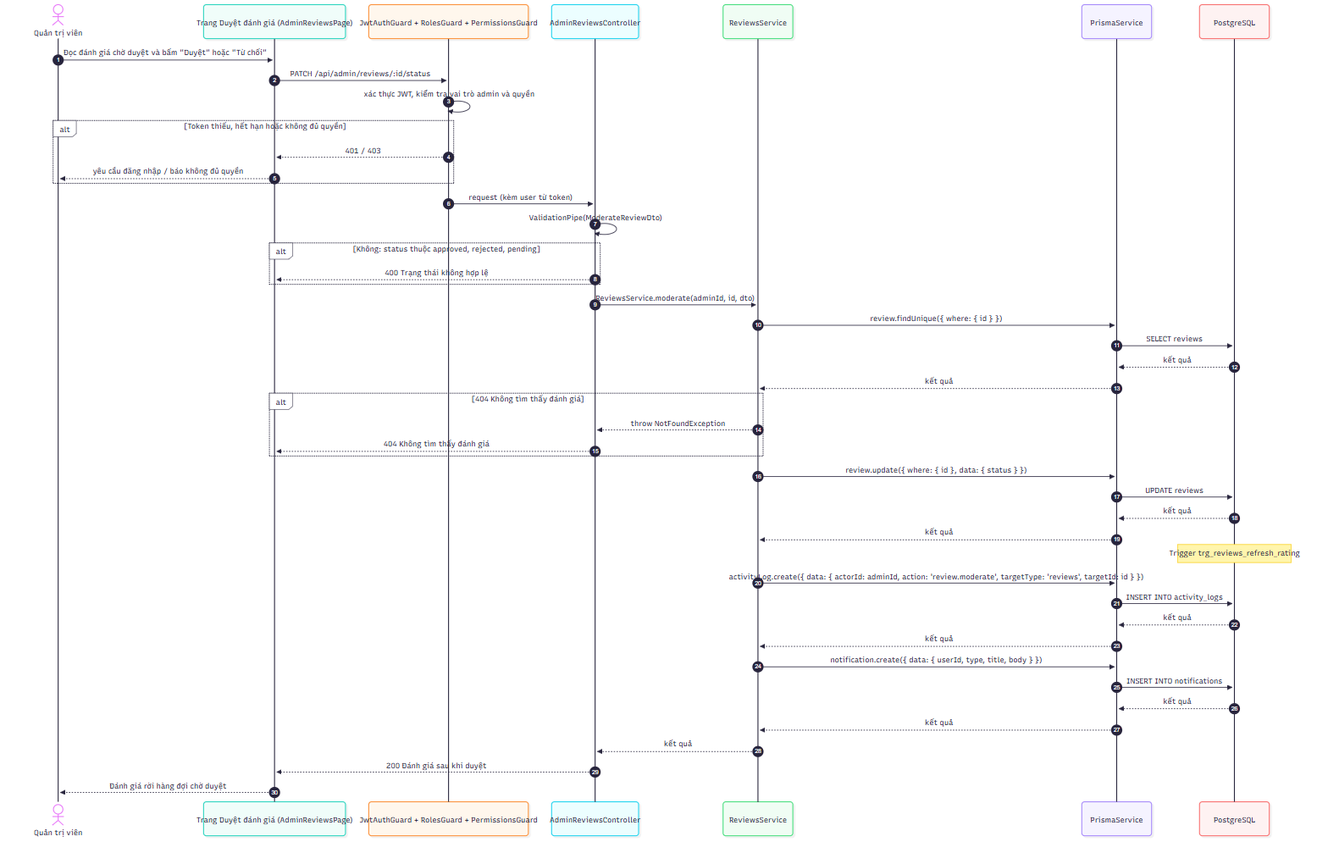
2431540234-arch/XDUDTMDT keeps this Mermaid diagram as docs/diagrams/png/sequence_UC-ADM-18_duyet-hoac-tu-choi-danh-gia.png. Above is the earlier version. Its source is kept beside it as docs/diagrams/src/sequence_UC-ADM-18_duyet-hoac-tu-choi-danh-gia.mmd.
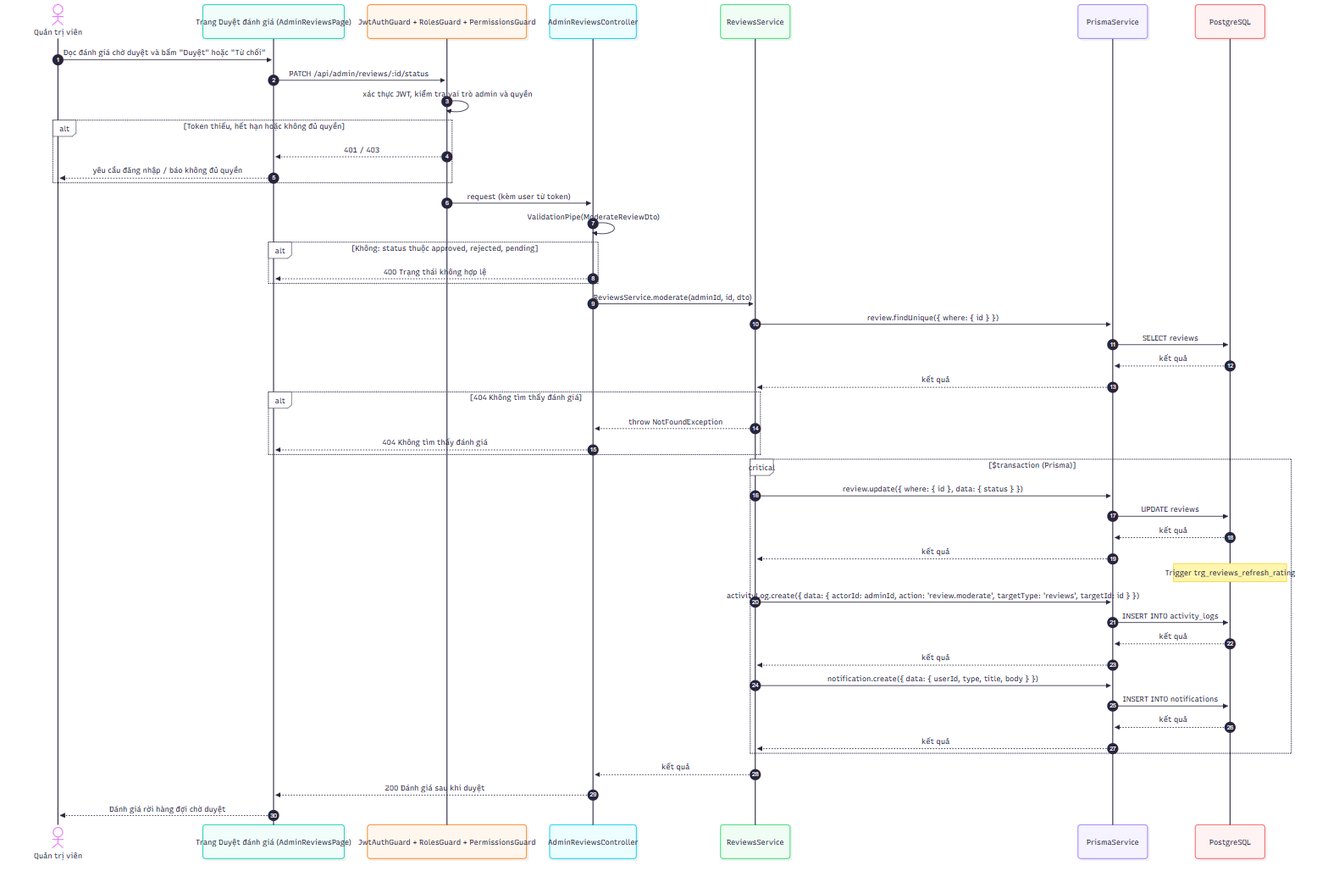
After the commit.

Change to the diagram source:
```diff
@@ -28,19 +28,21 @@
         S-->>C: throw NotFoundException
         C-->>FE: 404 Không tìm thấy đánh giá
     end
-    S->>P: review.update({ where: { id }, data: { status } })
-    P->>D: UPDATE reviews
-    D-->>P: kết quả
-    P-->>S: kết quả
-    Note over D: Trigger trg_reviews_refresh_rating
-    S->>P: activityLog.create({ data: { actorId: adminId, action: 'review.moderate', targetType: 'reviews', targetId: id } })
-    P->>D: INSERT INTO activity_logs
-    D-->>P: kết quả
-    P-->>S: kết quả
-    S->>P: notification.create({ data: { userId, type, title, body } })
-    P->>D: INSERT INTO notifications
-    D-->>P: kết quả
-    P-->>S: kết quả
+    critical $transaction (Prisma)
+        S->>P: review.update({ where: { id }, data: { status } })
+        P->>D: UPDATE reviews
+        D-->>P: kết quả
+        P-->>S: kết quả
+        Note over D: Trigger trg_reviews_refresh_rating
+        S->>P: activityLog.create({ data: { actorId: adminId, action: 'review.moderate', targetType: 'reviews', targetId: id } })
+        P->>D: INSERT INTO activity_logs
+        D-->>P: kết quả
+        P-->>S: kết quả
+        S->>P: notification.create({ data: { userId, type, title, body } })
+        P->>D: INSERT INTO notifications
+        D-->>P: kết quả
+        P-->>S: kết quả
+    end
     S-->>C: kết quả
     C-->>FE: 200 Đánh giá sau khi duyệt
     FE-->>A: Đánh giá rời hàng đợi chờ duyệt
```
